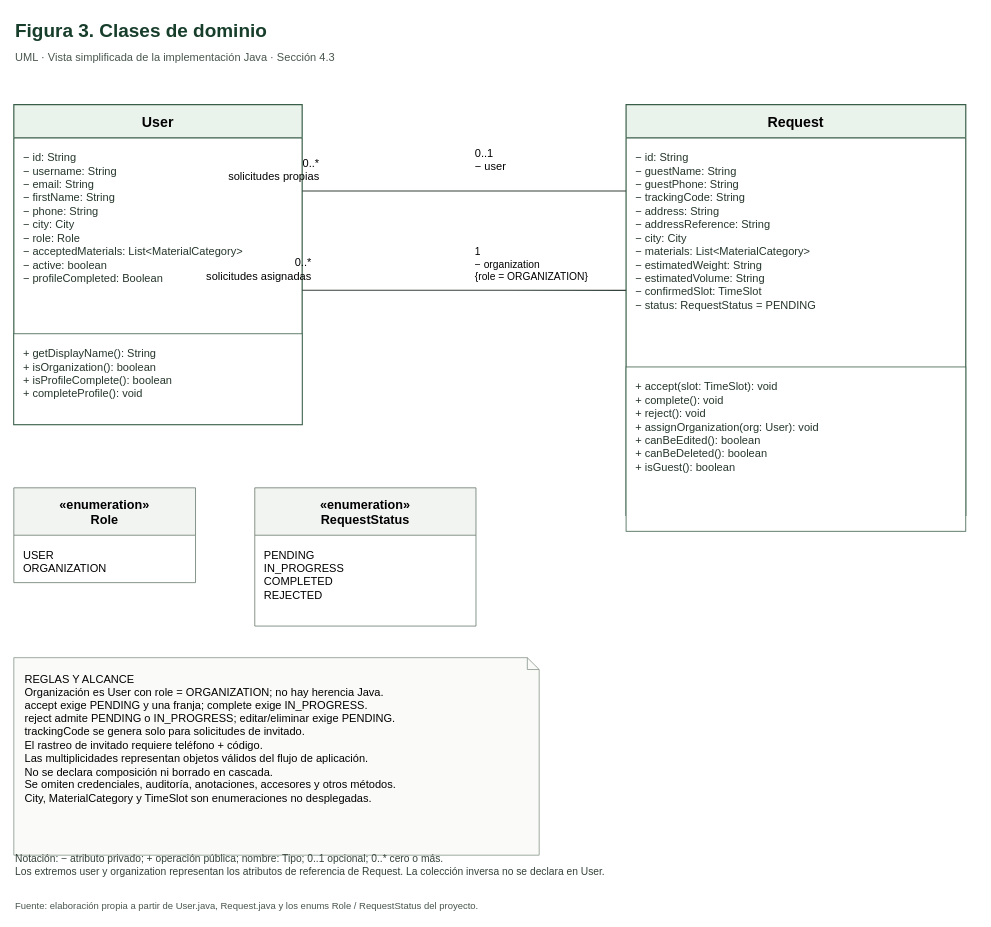
This is docs/diagrams/figura3-clases.drawio from fedegonc/residuosolido, a draw.io file, before an edit. Source tidied: cells renumbered, new cells numbered last; positions are measured from the earlier drawing's top-left corner, leaving out a move shared by most shapes. Both pictures are drawn from the tidied source at 79%, with x=0, y=0 at pixel (13, 13).
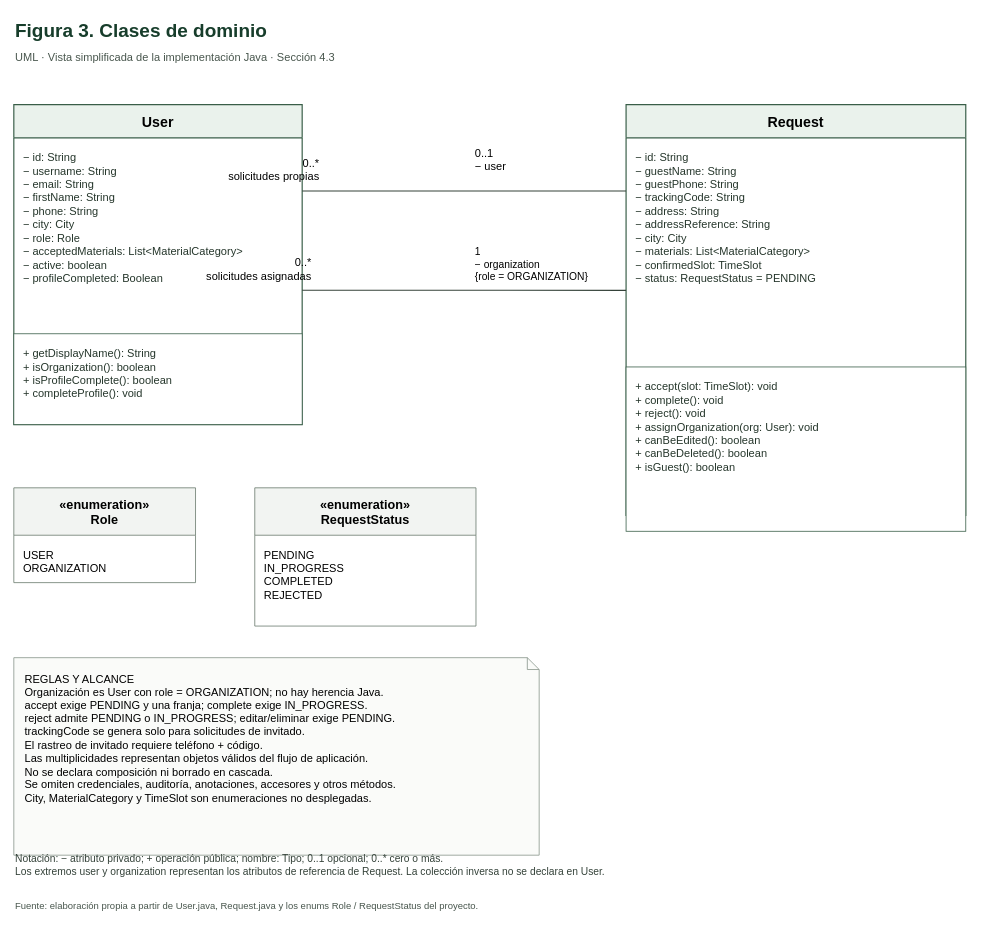
The same page after the edit.

The change refers to these unchanged cells:
```xml
<mxCell id="7" value="Request" style="swimlane;startSize=42;horizontal=1;rounded=0;html=0;fontFamily=Helvetica;fontSize=18;fontStyle=1;fillColor=#eaf2ec;swimlaneFillColor=#ffffff;strokeColor=#395e48;strokeWidth=1.5;" parent="1" vertex="1">
  <mxGeometry x="775" y="115" width="430" height="520" as="geometry" />
</mxCell>
```

Change to the diagram source:
```diff
@@
-    <mxCell id="8" value="− id: String&#10;− guestName: String&#10;− guestPhone: String&#10;− trackingCode: String&#10;− address: String&#10;− addressReference: String&#10;− city: City&#10;− materials: List&lt;MaterialCategory&gt;&#10;− estimatedWeight: String&#10;− estimatedVolume: String&#10;− confirmedSlot: TimeSlot&#10;− status: RequestStatus = PENDING" style="text;html=0;align=left;verticalAlign=top;spacing=12;fontFamily=Helvetica;fontSize=14;fontColor=#25362b;" parent="7" vertex="1">
+    <mxCell id="8" value="− id: String&#10;− guestName: String&#10;− guestPhone: String&#10;− trackingCode: String&#10;− address: String&#10;− addressReference: String&#10;− city: City&#10;− materials: List&lt;MaterialCategory&gt;&#10;− confirmedSlot: TimeSlot&#10;− status: RequestStatus = PENDING" style="text;html=0;align=left;verticalAlign=top;spacing=12;fontFamily=Helvetica;fontSize=14;fontColor=#25362b;" parent="7" vertex="1">
       <mxGeometry y="42" width="430" height="290" as="geometry" />
     </mxCell>
```
